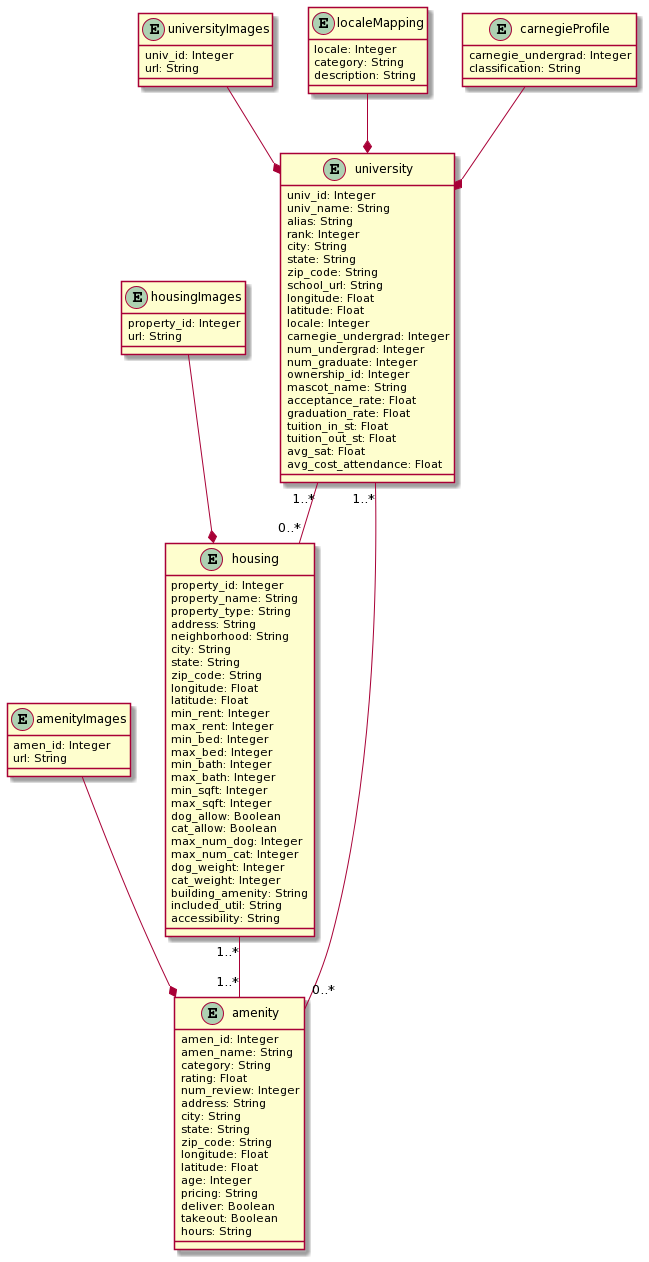
Before: campus-catalog-UML.png, a diagram exported from PlantUML (ameer886/Campus-Catalog). Source of this version:
```plantuml
@startuml
entity university{
  univ_id: Integer
  univ_name: String
  alias: String
  rank: Integer
  city: String
  state: String
  zip_code: String
  school_url: String
  longitude: Float
  latitude: Float
  locale: Integer
  carnegie_undergrad: Integer
  num_undergrad: Integer
  num_graduate: Integer
  ownership_id: Integer
  mascot_name: String
  acceptance_rate: Float
  graduation_rate: Float
  tuition_in_st: Float
  tuition_out_st: Float
  avg_sat: Float
  avg_cost_attendance: Float
}

entity universityImages{
  univ_id: Integer
  url: String
}

entity amenity{
  amen_id: Integer
  amen_name: String
  category: String
  rating: Float
  num_review: Integer
  address: String
  city: String
  state: String
  zip_code: String
  longitude: Float
  latitude: Float
  age: Integer
  pricing: String
  deliver: Boolean
  takeout: Boolean
  hours: String
}

entity amenityImages{
  amen_id: Integer
  url: String
}

entity housing{
  property_id: Integer
  property_name: String
  property_type: String
  address: String
  neighborhood: String
  city: String
  state: String
  zip_code: String
  longitude: Float
  latitude: Float
  min_rent: Integer
  max_rent: Integer
  min_bed: Integer
  max_bed: Integer
  min_bath: Integer
  max_bath: Integer
  min_sqft: Integer
  max_sqft: Integer
  dog_allow: Boolean
  cat_allow: Boolean
  max_num_dog: Integer
  max_num_cat: Integer
  dog_weight: Integer
  cat_weight: Integer
  building_amenity: String
  included_util: String
  accessibility: String
}

entity housingImages{
  property_id: Integer
  url: String
}

entity localeMapping{
  locale: Integer
  category: String
  description: String
}

entity carnegieProfile{
  carnegie_undergrad: Integer
  classification: String
}

university"1..*"--"0..*"housing
university"1..*"--"0..*"amenity
housing"1..*"--"1..*"amenity
universityImages --* university
amenityImages --* amenity
housingImages --* housing
localeMapping --* university
carnegieProfile --* university
@enduml
```
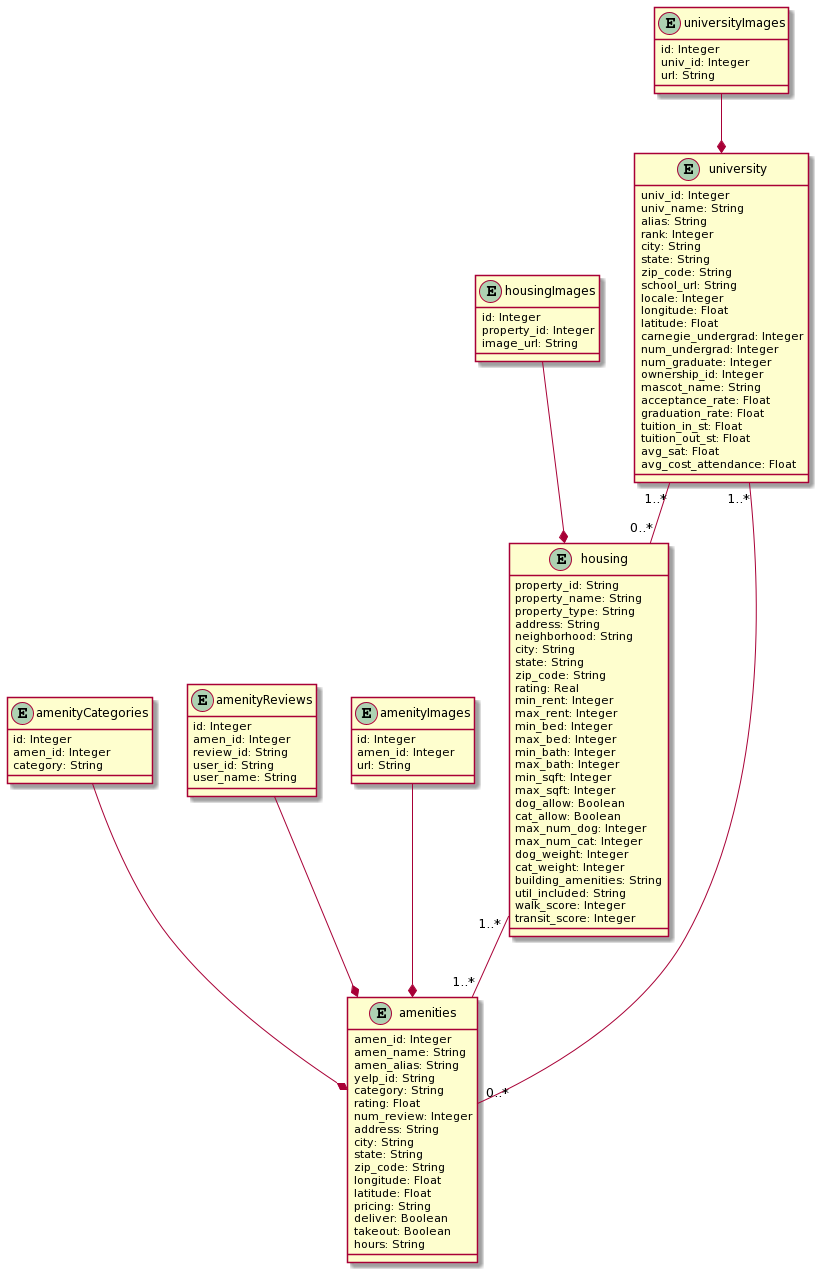
After the commit.

What changed in the source:
```diff
@@ -8,9 +8,9 @@
   state: String
   zip_code: String
   school_url: String
+  locale: Integer
   longitude: Float
   latitude: Float
-  locale: Integer
   carnegie_undergrad: Integer
   num_undergrad: Integer
   num_graduate: Integer
@@ -25,13 +25,16 @@
 }
 
 entity universityImages{
+  id: Integer
   univ_id: Integer
   url: String
 }
 
-entity amenity{
+entity amenities{
   amen_id: Integer
   amen_name: String
+  amen_alias: String
+  yelp_id: String
   category: String
   rating: Float
   num_review: Integer
@@ -41,20 +44,34 @@
   zip_code: String
   longitude: Float
   latitude: Float
-  age: Integer
   pricing: String
   deliver: Boolean
   takeout: Boolean
   hours: String
 }
 
+entity amenityCategories{
+  id: Integer
+  amen_id: Integer
+  category: String
+}
+
+entity amenityReviews{
+  id: Integer
+  amen_id: Integer
+  review_id: String
+  user_id: String
+  user_name: String
+}
+
 entity amenityImages{
+  id: Integer
   amen_id: Integer
   url: String
 }
 
 entity housing{
-  property_id: Integer
+  property_id: String
   property_name: String
   property_type: String
   address: String
@@ -62,8 +79,7 @@
   city: String
   state: String
   zip_code: String
-  longitude: Float
-  latitude: Float
+  rating: Real
   min_rent: Integer
   max_rent: Integer
   min_bed: Integer
@@ -78,33 +94,24 @@
   max_num_cat: Integer
   dog_weight: Integer
   cat_weight: Integer
-  building_amenity: String
-  included_util: String
-  accessibility: String
+  building_amenities: String
+  util_included: String
+  walk_score: Integer
+  transit_score: Integer
 }
 
 entity housingImages{
+  id: Integer
   property_id: Integer
-  url: String
-}
-
-entity localeMapping{
-  locale: Integer
-  category: String
-  description: String
-}
-
-entity carnegieProfile{
-  carnegie_undergrad: Integer
-  classification: String
+  image_url: String
 }
 
 university"1..*"--"0..*"housing
-university"1..*"--"0..*"amenity
-housing"1..*"--"1..*"amenity
+university"1..*"--"0..*"amenities
+housing"1..*"--"1..*"amenities
 universityImages --* university
-amenityImages --* amenity
+amenityImages --* amenities
+amenityCategories --* amenities
+amenityReviews --* amenities
 housingImages --* housing
-localeMapping --* university
-carnegieProfile --* university
 @enduml
```
